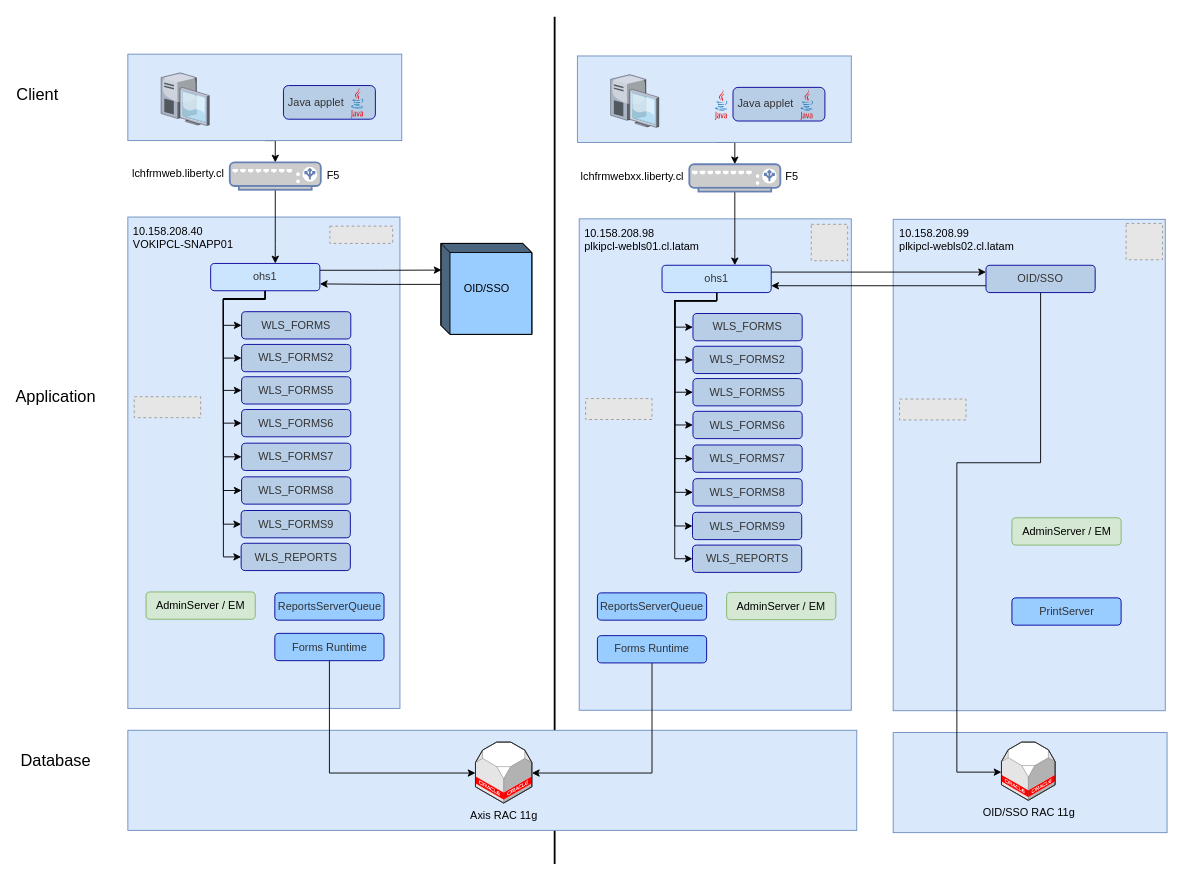
This is AXIS_HA.drawio from albertitors/draw.io, a draw.io file, before an edit. Source tidied: cells renumbered, new cells numbered last; positions are measured from the earlier drawing's top-left corner, leaving out a move shared by most shapes. Both pictures are drawn from the tidied source at 91%, with x=0, y=0 at pixel (19, 16). Pictures stored in the file or linked from it are replaced by grey dashed boxes.
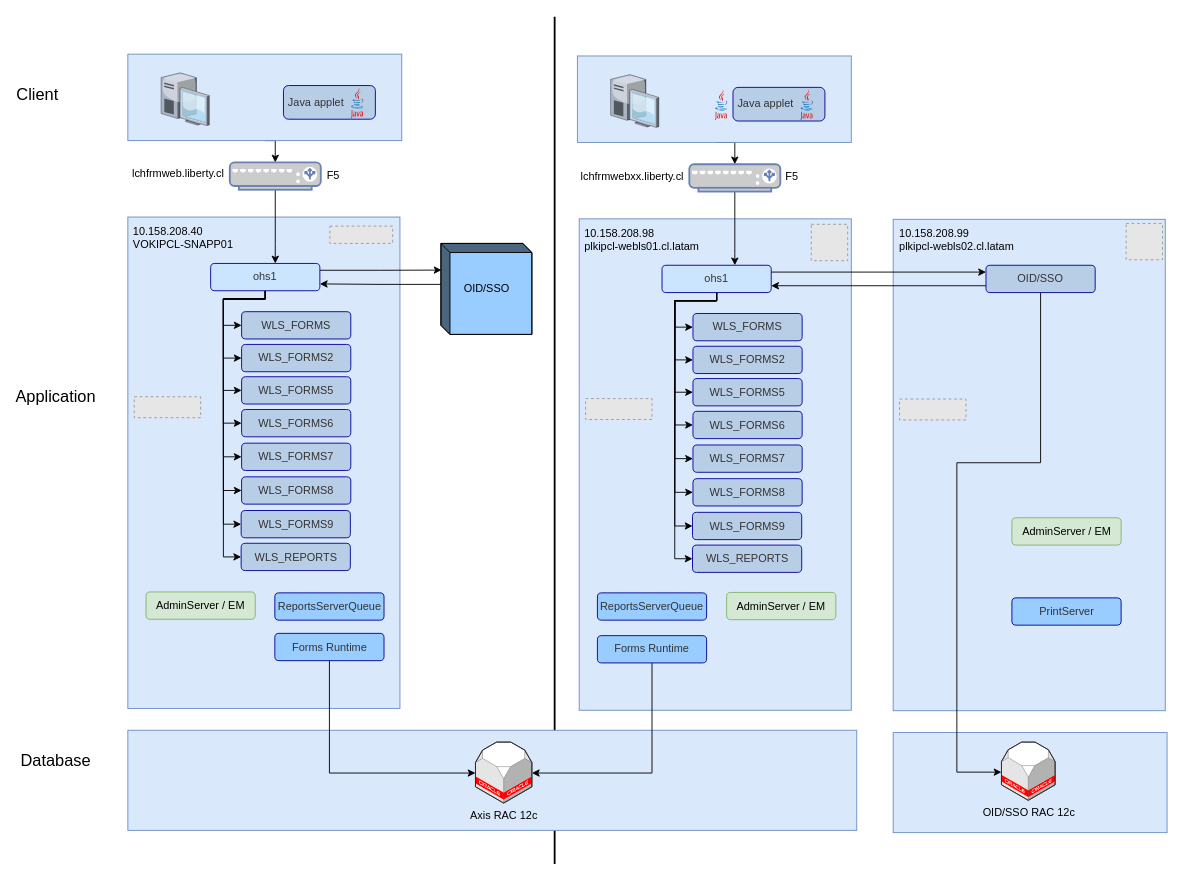
The same diagram, later.

Change to the diagram source:
```diff
@@
-    <mxCell id="10" value="Axis RAC 11g" style="verticalLabelPosition=bottom;html=1;verticalAlign=top;strokeWidth=1;align=center;outlineConnect=0;dashed=0;outlineConnect=0;shape=mxgraph.aws3d.oracleDbServer;fillColor=#ffffff;strokeColor=#5E5E5E;" parent="1" vertex="1">
+    <mxCell id="10" value="Axis RAC 12c" style="verticalLabelPosition=bottom;html=1;verticalAlign=top;strokeWidth=1;align=center;outlineConnect=0;dashed=0;outlineConnect=0;shape=mxgraph.aws3d.oracleDbServer;fillColor=#ffffff;strokeColor=#5E5E5E;" parent="1" vertex="1">
       <mxGeometry x="501" y="797" width="62" height="67" as="geometry" />
     </mxCell>
@@
-    <mxCell id="79" value="OID/SSO RAC&amp;nbsp;11g" style="verticalLabelPosition=bottom;html=1;verticalAlign=top;strokeWidth=1;align=center;outlineConnect=0;dashed=0;outlineConnect=0;shape=mxgraph.aws3d.oracleDbServer;fillColor=#ffffff;strokeColor=#5E5E5E;" parent="1" vertex="1">
+    <mxCell id="79" value="OID/SSO RAC&amp;nbsp;12c" style="verticalLabelPosition=bottom;html=1;verticalAlign=top;strokeWidth=1;align=center;outlineConnect=0;dashed=0;outlineConnect=0;shape=mxgraph.aws3d.oracleDbServer;fillColor=#ffffff;strokeColor=#5E5E5E;" parent="1" vertex="1">
       <mxGeometry x="1079" y="797" width="59" height="64" as="geometry" />
     </mxCell>
```
